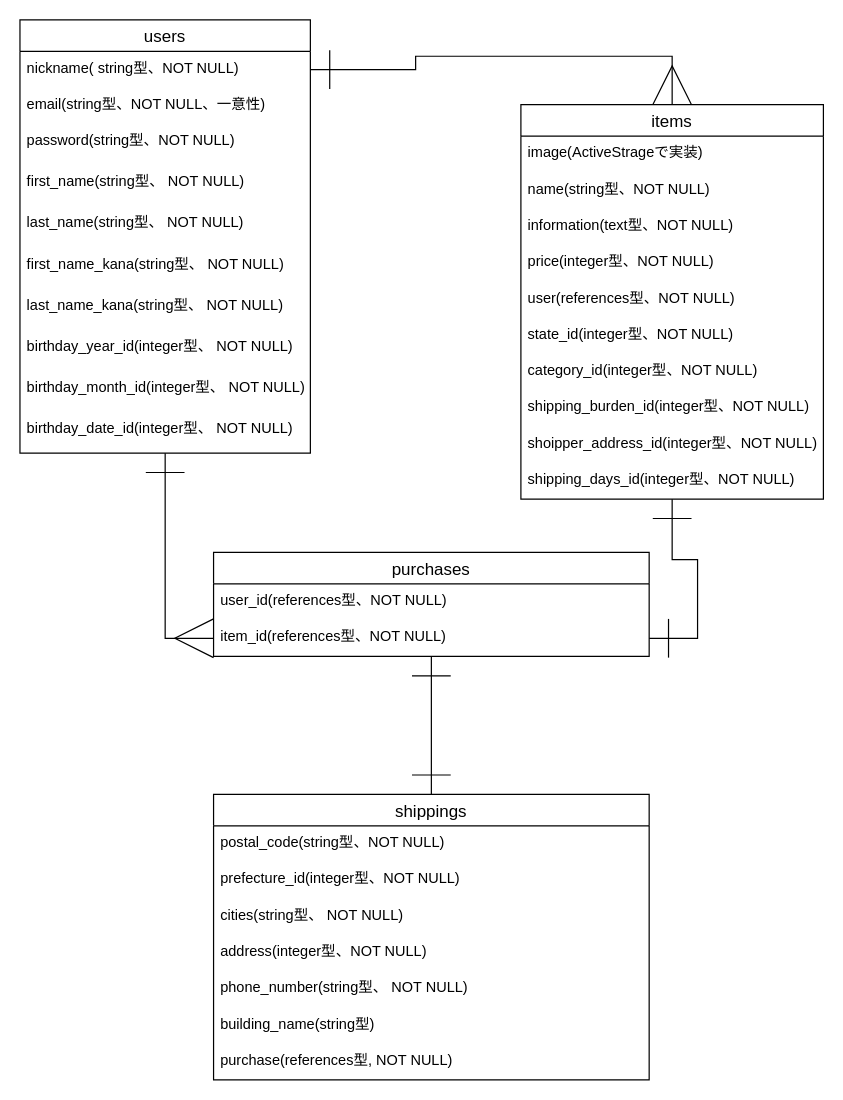
This is .dio from kenshin-kaitou/furima-32471, a draw.io file, before an edit. Source tidied: cells renumbered, new cells numbered last; positions are measured from the earlier drawing's top-left corner, leaving out a move shared by most shapes. Both pictures are drawn from the tidied source at 121%, with x=0, y=0 at pixel (19, 19).
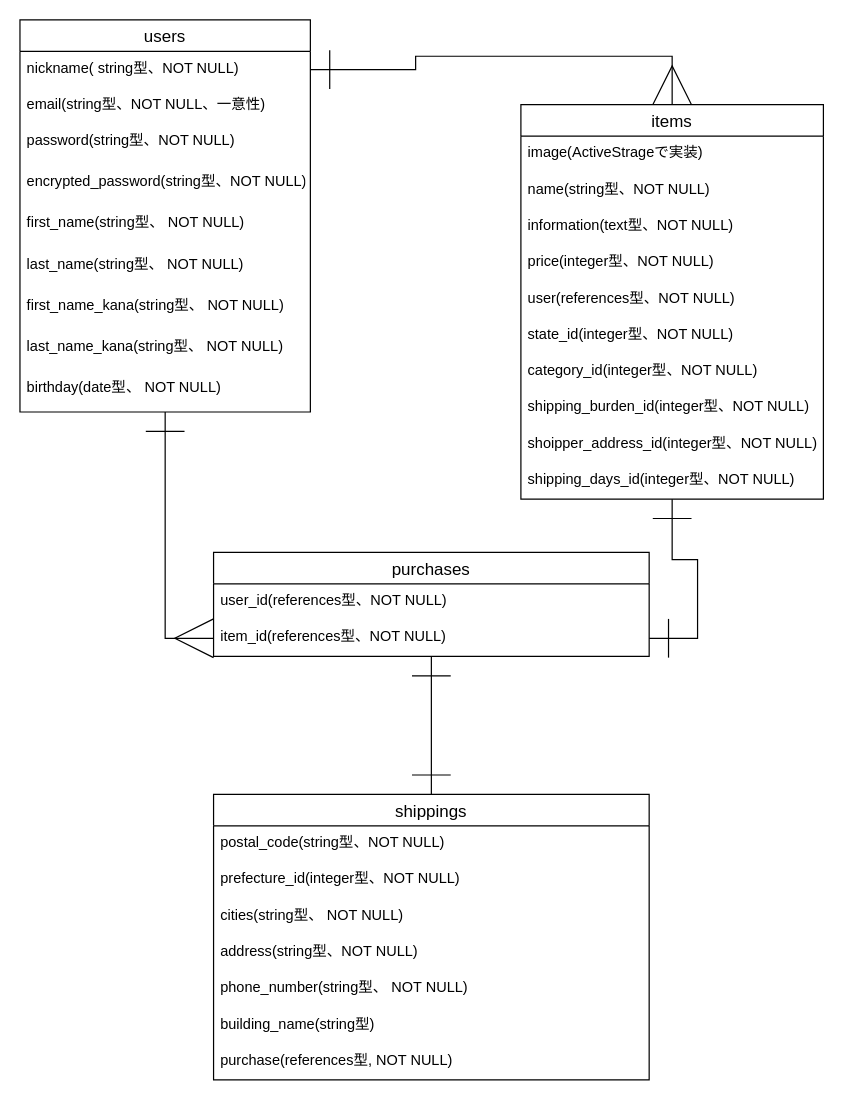
The same page after the edit.

Commit message (it also covers changes not shown here):
READMEとER図の修正（2回目）

The change refers to these unchanged cells:
```xml
<mxCell id="8" value="shippings" style="swimlane;fontStyle=0;horizontal=1;startSize=26;align=center;fontSize=14;" parent="1" vertex="1">
  <mxGeometry x="160" y="640" width="360" height="236" as="geometry" />
</mxCell>
```

What changed in the source:
```diff
@@
-    <mxCell id="12" value="address(integer型、NOT NULL)" style="text;strokeColor=none;fillColor=none;spacingLeft=4;spacingRight=4;overflow=hidden;fontSize=12;" parent="8" vertex="1">
+    <mxCell id="12" value="address(string型、NOT NULL)" style="text;strokeColor=none;fillColor=none;spacingLeft=4;spacingRight=4;overflow=hidden;fontSize=12;" parent="8" vertex="1">
       <mxGeometry y="116" width="360" height="30" as="geometry" />
     </mxCell>
@@
     <mxCell id="28" value="users" style="swimlane;fontStyle=0;horizontal=1;startSize=26;align=center;fontSize=14;" parent="1" vertex="1">
-      <mxGeometry width="240" height="358" as="geometry" />
+      <mxGeometry width="240" height="324" as="geometry" />
     </mxCell>
@@
-    <mxCell id="32" value="first_name(string型、 NOT NULL)" style="text;strokeColor=none;fillColor=none;spacingLeft=4;spacingRight=4;overflow=hidden;fontSize=12;" parent="28" vertex="1">
+    <mxCell id="32" value="encrypted_password(string型、NOT NULL)" style="text;strokeColor=none;fillColor=none;spacingLeft=4;spacingRight=4;overflow=hidden;fontSize=12;" parent="28" vertex="1">
       <mxGeometry y="120" width="240" height="34" as="geometry" />
     </mxCell>
-    <mxCell id="33" value="last_name(string型、 NOT NULL)" style="text;strokeColor=none;fillColor=none;spacingLeft=4;spacingRight=4;overflow=hidden;fontSize=12;" parent="28" vertex="1">
+    <mxCell id="33" value="first_name(string型、 NOT NULL)" style="text;strokeColor=none;fillColor=none;spacingLeft=4;spacingRight=4;overflow=hidden;fontSize=12;" parent="28" vertex="1">
       <mxGeometry y="154" width="240" height="34" as="geometry" />
     </mxCell>
-    <mxCell id="34" value="first_name_kana(string型、 NOT NULL)" style="text;strokeColor=none;fillColor=none;spacingLeft=4;spacingRight=4;overflow=hidden;fontSize=12;" parent="28" vertex="1">
+    <mxCell id="34" value="last_name(string型、 NOT NULL)" style="text;strokeColor=none;fillColor=none;spacingLeft=4;spacingRight=4;overflow=hidden;fontSize=12;" parent="28" vertex="1">
       <mxGeometry y="188" width="240" height="34" as="geometry" />
     </mxCell>
-    <mxCell id="35" value="last_name_kana(string型、 NOT NULL)" style="text;strokeColor=none;fillColor=none;spacingLeft=4;spacingRight=4;overflow=hidden;fontSize=12;" parent="28" vertex="1">
+    <mxCell id="35" value="first_name_kana(string型、 NOT NULL)" style="text;strokeColor=none;fillColor=none;spacingLeft=4;spacingRight=4;overflow=hidden;fontSize=12;" parent="28" vertex="1">
       <mxGeometry y="222" width="240" height="34" as="geometry" />
     </mxCell>
-    <mxCell id="36" value="birthday_year_id(integer型、 NOT NULL)" style="text;strokeColor=none;fillColor=none;spacingLeft=4;spacingRight=4;overflow=hidden;fontSize=12;" parent="28" vertex="1">
+    <mxCell id="36" value="last_name_kana(string型、 NOT NULL)" style="text;strokeColor=none;fillColor=none;spacingLeft=4;spacingRight=4;overflow=hidden;fontSize=12;" parent="28" vertex="1">
       <mxGeometry y="256" width="240" height="34" as="geometry" />
     </mxCell>
-    <mxCell id="37" value="birthday_month_id(integer型、 NOT NULL)" style="text;strokeColor=none;fillColor=none;spacingLeft=4;spacingRight=4;overflow=hidden;fontSize=12;" parent="28" vertex="1">
-      <mxGeometry y="290" width="240" height="34" as="geometry" />
-    </mxCell>
-    <mxCell id="38" value="birthday_date_id(integer型、 NOT NULL)" style="text;strokeColor=none;fillColor=none;spacingLeft=4;spacingRight=4;overflow=hidden;fontSize=12;" parent="28" vertex="1">
-      <mxGeometry y="324" width="240" height="34" as="geometry" />
-    </mxCell>
+    <mxCell id="39" value="birthday(date型、 NOT NULL)" style="text;strokeColor=none;fillColor=none;spacingLeft=4;spacingRight=4;overflow=hidden;fontSize=12;" parent="28" vertex="1">
+      <mxGeometry y="290" width="240" height="34" as="geometry" />
+    </mxCell>
```
